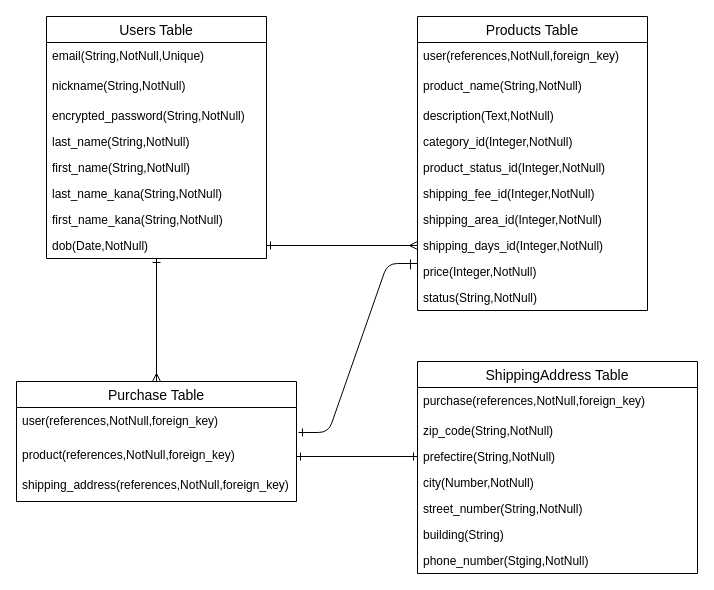
The draw.io diagram er.dio in yogurt-mr/furima-38039, before the edit. Source tidied: cells renumbered, new cells numbered last; positions are measured from the earlier drawing's top-left corner, leaving out a move shared by most shapes. Both pictures are drawn from the tidied source at 100%, with x=0, y=0 at pixel (16, 16).
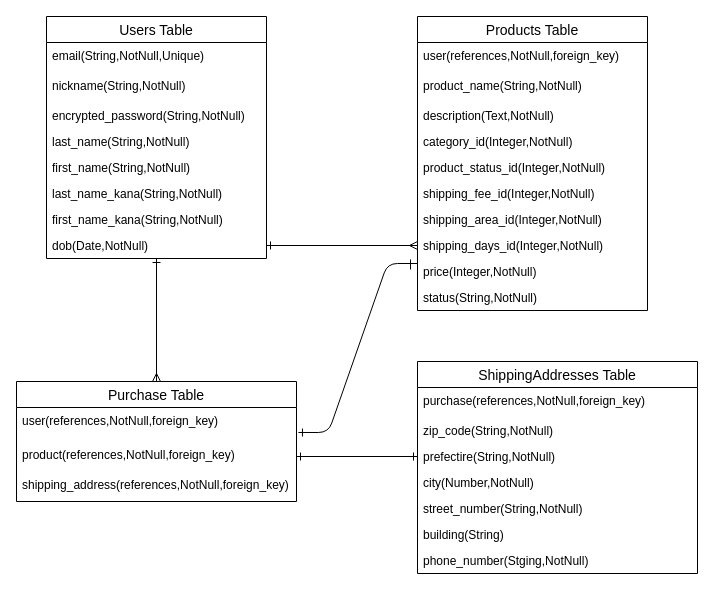
The same diagram, later.

Commit message (it also covers changes not shown here):
er図、テーブル設計指摘反映

Diff of the diagram source:
```diff
@@
-    <mxCell id="32" value="ShippingAddress Table" style="swimlane;fontStyle=0;horizontal=1;startSize=26;align=center;fontSize=14;" parent="1" vertex="1">
+    <mxCell id="32" value="ShippingAddresses Table" style="swimlane;fontStyle=0;horizontal=1;startSize=26;align=center;fontSize=14;" parent="1" vertex="1">
       <mxGeometry x="401" y="345" width="280" height="212" as="geometry" />
     </mxCell>
```
